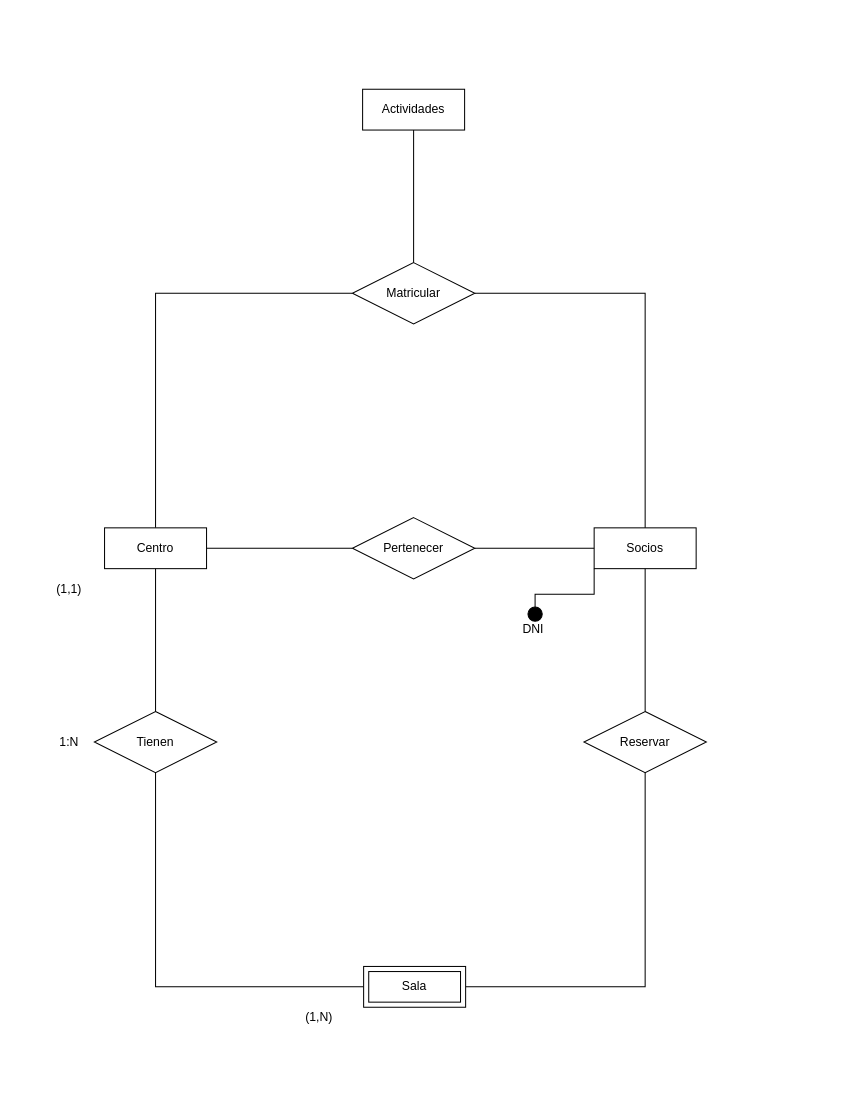
This is centro_de_ocio.drawio from AdrianGarciaParra/211013_pruebas, a draw.io file, before an edit. Source tidied: cells renumbered, new cells numbered last; positions are measured from the earlier drawing's top-left corner, leaving out a move shared by most shapes. Both pictures are drawn from the tidied source at 102%, with x=0, y=0 at pixel (48, 89).
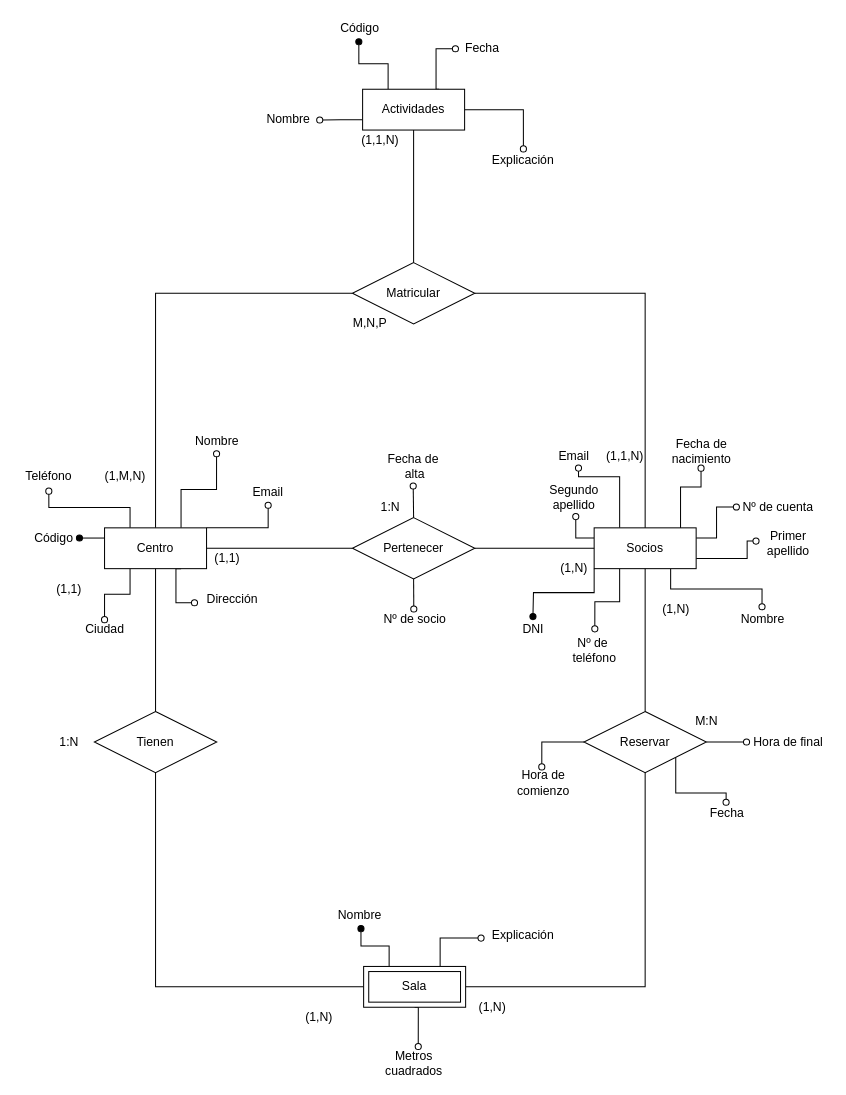
After the change.

The change refers to these unchanged cells:
```xml
<mxCell id="4" value="Centro" style="whiteSpace=wrap;html=1;align=center;" parent="1" vertex="1">
  <mxGeometry x="55" y="430" width="100" height="40" as="geometry" />
</mxCell>
<mxCell id="6" value="Socios" style="whiteSpace=wrap;html=1;align=center;direction=east;" parent="1" vertex="1">
  <mxGeometry x="535" y="430" width="100" height="40" as="geometry" />
</mxCell>
<mxCell id="8" value="Actividades" style="whiteSpace=wrap;html=1;align=center;" parent="1" vertex="1">
  <mxGeometry x="308" width="100" height="40" as="geometry" />
</mxCell>
<mxCell id="11" value="Sala" style="shape=ext;margin=3;double=1;whiteSpace=wrap;html=1;align=center;" parent="1" vertex="1">
  <mxGeometry x="309" y="860" width="100" height="40" as="geometry" />
</mxCell>
<mxCell id="17" value="Reservar" style="shape=rhombus;perimeter=rhombusPerimeter;whiteSpace=wrap;html=1;align=center;" parent="1" vertex="1">
  <mxGeometry x="525" y="610" width="120" height="60" as="geometry" />
</mxCell>
<mxCell id="19" value="Pertenecer&lt;br&gt;" style="shape=rhombus;perimeter=rhombusPerimeter;whiteSpace=wrap;html=1;align=center;" parent="1" vertex="1">
  <mxGeometry x="298" y="420" width="120" height="60" as="geometry" />
</mxCell>
<mxCell id="20" value="DNI" style="text;html=1;align=center;verticalAlign=middle;points=[];strokeColor=none;" parent="1" vertex="1">
  <mxGeometry x="455" y="520" width="40" height="20" as="geometry" />
</mxCell>
```

The edit, as a diff of the source:
```diff
@@
+    <mxCell id="24" style="edgeStyle=orthogonalEdgeStyle;rounded=0;jettySize=auto;html=1;exitX=0;exitY=0.25;exitDx=0;exitDy=0;entryX=1.009;entryY=0.511;entryDx=0;entryDy=0;entryPerimeter=0;startArrow=none;startFill=0;endArrow=oval;endFill=1;" parent="1" edge="1" source="4" target="62">
+      <mxGeometry relative="1" as="geometry" />
+    </mxCell>
+    <mxCell id="25" style="edgeStyle=orthogonalEdgeStyle;rounded=0;jettySize=auto;html=1;exitX=0.25;exitY=0;exitDx=0;exitDy=0;entryX=0.506;entryY=1.2;entryDx=0;entryDy=0;entryPerimeter=0;startArrow=none;startFill=0;endArrow=oval;endFill=0;" parent="1" edge="1" source="4" target="66">
+      <mxGeometry relative="1" as="geometry" />
+    </mxCell>
+    <mxCell id="26" style="edgeStyle=orthogonalEdgeStyle;rounded=0;jettySize=auto;html=1;exitX=0.75;exitY=0;exitDx=0;exitDy=0;startArrow=none;startFill=0;endArrow=oval;endFill=0;entryX=0.497;entryY=1.117;entryDx=0;entryDy=0;entryPerimeter=0;" parent="1" edge="1" source="4" target="63">
+      <mxGeometry relative="1" as="geometry" />
+    </mxCell>
+    <mxCell id="27" style="edgeStyle=orthogonalEdgeStyle;rounded=0;jettySize=auto;html=1;exitX=1;exitY=0;exitDx=0;exitDy=0;entryX=0.508;entryY=1.144;entryDx=0;entryDy=0;entryPerimeter=0;startArrow=none;startFill=0;endArrow=oval;endFill=0;" parent="1" edge="1" source="4" target="67">
+      <mxGeometry relative="1" as="geometry">
+        <Array as="points">
+          <mxPoint x="215" y="430" />
+        </Array>
+      </mxGeometry>
+    </mxCell>
+    <mxCell id="28" style="edgeStyle=orthogonalEdgeStyle;rounded=0;jettySize=auto;html=1;exitX=0.75;exitY=1;exitDx=0;exitDy=0;entryX=-0.026;entryY=0.672;entryDx=0;entryDy=0;entryPerimeter=0;startArrow=none;startFill=0;endArrow=oval;endFill=0;" parent="1" edge="1" source="4" target="64">
+      <mxGeometry relative="1" as="geometry">
+        <Array as="points">
+          <mxPoint x="125" y="470" />
+          <mxPoint x="125" y="503" />
+        </Array>
+      </mxGeometry>
+    </mxCell>
+    <mxCell id="29" style="edgeStyle=orthogonalEdgeStyle;rounded=0;jettySize=auto;html=1;exitX=0.25;exitY=1;exitDx=0;exitDy=0;entryX=0.5;entryY=0;entryDx=0;entryDy=0;entryPerimeter=0;startArrow=none;startFill=0;endArrow=oval;endFill=0;" parent="1" edge="1" source="4" target="65">
+      <mxGeometry relative="1" as="geometry" />
+    </mxCell>
@@
-    <mxCell id="5" style="rounded=0;jettySize=auto;html=1;exitX=0;exitY=1;exitDx=0;exitDy=0;entryX=0.553;entryY=0.128;entryDx=0;entryDy=0;entryPerimeter=0;startArrow=none;startFill=0;endArrow=circle;endFill=1;edgeStyle=orthogonalEdgeStyle;" parent="1" edge="1" source="6" target="20">
-      <mxGeometry relative="1" as="geometry" />
+    <mxCell id="5" style="rounded=0;jettySize=auto;html=1;exitX=0;exitY=1;exitDx=0;exitDy=0;startArrow=none;startFill=0;endArrow=oval;endFill=1;edgeStyle=orthogonalEdgeStyle;" parent="1" edge="1" source="6">
+      <mxGeometry relative="1" as="geometry">
+        <mxPoint x="475" y="517" as="targetPoint" />
+      </mxGeometry>
     </mxCell>
+    <mxCell id="30" style="edgeStyle=orthogonalEdgeStyle;rounded=0;jettySize=auto;html=1;exitX=0.25;exitY=1;exitDx=0;exitDy=0;entryX=0.511;entryY=-0.2;entryDx=0;entryDy=0;entryPerimeter=0;startArrow=none;startFill=0;endArrow=oval;endFill=0;" parent="1" edge="1" source="6" target="55">
+      <mxGeometry relative="1" as="geometry" />
+    </mxCell>
+    <mxCell id="31" style="edgeStyle=orthogonalEdgeStyle;rounded=0;jettySize=auto;html=1;exitX=0;exitY=0.25;exitDx=0;exitDy=0;entryX=0.533;entryY=1.133;entryDx=0;entryDy=0;entryPerimeter=0;startArrow=none;startFill=0;endArrow=oval;endFill=0;" parent="1" edge="1" source="6" target="53">
+      <mxGeometry relative="1" as="geometry" />
+    </mxCell>
+    <mxCell id="32" style="edgeStyle=orthogonalEdgeStyle;rounded=0;jettySize=auto;html=1;exitX=0.25;exitY=0;exitDx=0;exitDy=0;entryX=0.593;entryY=1.072;entryDx=0;entryDy=0;entryPerimeter=0;startArrow=none;startFill=0;endArrow=oval;endFill=0;" parent="1" edge="1" source="6" target="54">
+      <mxGeometry relative="1" as="geometry">
+        <Array as="points">
+          <mxPoint x="560" y="380" />
+          <mxPoint x="520" y="380" />
+        </Array>
+      </mxGeometry>
+    </mxCell>
+    <mxCell id="33" style="edgeStyle=orthogonalEdgeStyle;rounded=0;jettySize=auto;html=1;exitX=0.847;exitY=0.016;exitDx=0;exitDy=0;startArrow=none;startFill=0;endArrow=oval;endFill=0;exitPerimeter=0;entryX=0.497;entryY=1.049;entryDx=0;entryDy=0;entryPerimeter=0;" parent="1" edge="1" source="6" target="52">
+      <mxGeometry relative="1" as="geometry">
+        <Array as="points">
+          <mxPoint x="620" y="390" />
+          <mxPoint x="640" y="390" />
+        </Array>
+      </mxGeometry>
+    </mxCell>
+    <mxCell id="34" style="edgeStyle=orthogonalEdgeStyle;rounded=0;jettySize=auto;html=1;exitX=1;exitY=0.25;exitDx=0;exitDy=0;entryX=-0.007;entryY=0.477;entryDx=0;entryDy=0;entryPerimeter=0;startArrow=none;startFill=0;endArrow=oval;endFill=0;" parent="1" edge="1" source="6" target="51">
+      <mxGeometry relative="1" as="geometry" />
+    </mxCell>
+    <mxCell id="35" style="edgeStyle=orthogonalEdgeStyle;rounded=0;jettySize=auto;html=1;exitX=0.75;exitY=1;exitDx=0;exitDy=0;entryX=0.493;entryY=-0.134;entryDx=0;entryDy=0;entryPerimeter=0;startArrow=none;startFill=0;endArrow=oval;endFill=0;" parent="1" edge="1" source="6" target="49">
+      <mxGeometry relative="1" as="geometry" />
+    </mxCell>
+    <mxCell id="36" style="edgeStyle=orthogonalEdgeStyle;rounded=0;jettySize=auto;html=1;exitX=1;exitY=0.75;exitDx=0;exitDy=0;startArrow=none;startFill=0;endArrow=oval;endFill=0;entryX=-0.022;entryY=0.433;entryDx=0;entryDy=0;entryPerimeter=0;" parent="1" edge="1" source="6" target="50">
+      <mxGeometry relative="1" as="geometry">
+        <Array as="points">
+          <mxPoint x="685" y="460" />
+          <mxPoint x="685" y="443" />
+        </Array>
+      </mxGeometry>
+    </mxCell>
@@
+    <mxCell id="37" style="edgeStyle=orthogonalEdgeStyle;rounded=0;jettySize=auto;html=1;exitX=0.75;exitY=0;exitDx=0;exitDy=0;entryX=-0.02;entryY=0.517;entryDx=0;entryDy=0;entryPerimeter=0;startArrow=none;startFill=0;endArrow=oval;endFill=0;" parent="1" edge="1" source="8" target="69">
+      <mxGeometry relative="1" as="geometry">
+        <Array as="points">
+          <mxPoint x="380" />
+          <mxPoint x="380" y="-40" />
+        </Array>
+      </mxGeometry>
+    </mxCell>
+    <mxCell id="38" style="edgeStyle=orthogonalEdgeStyle;rounded=0;jettySize=auto;html=1;exitX=1;exitY=0.5;exitDx=0;exitDy=0;entryX=0.508;entryY=-0.076;entryDx=0;entryDy=0;entryPerimeter=0;startArrow=none;startFill=0;endArrow=oval;endFill=0;" parent="1" edge="1" source="8" target="71">
+      <mxGeometry relative="1" as="geometry" />
+    </mxCell>
+    <mxCell id="39" style="edgeStyle=orthogonalEdgeStyle;rounded=0;jettySize=auto;html=1;exitX=0;exitY=0.75;exitDx=0;exitDy=0;entryX=1.016;entryY=0.506;entryDx=0;entryDy=0;entryPerimeter=0;startArrow=none;startFill=0;endArrow=oval;endFill=0;" parent="1" edge="1" source="8" target="70">
+      <mxGeometry relative="1" as="geometry" />
+    </mxCell>
+    <mxCell id="40" style="edgeStyle=orthogonalEdgeStyle;rounded=0;jettySize=auto;html=1;exitX=0.25;exitY=0;exitDx=0;exitDy=0;entryX=0.486;entryY=1.172;entryDx=0;entryDy=0;entryPerimeter=0;startArrow=none;startFill=0;endArrow=oval;endFill=1;" parent="1" edge="1" source="8" target="68">
+      <mxGeometry relative="1" as="geometry" />
+    </mxCell>
@@
+    <mxCell id="41" style="edgeStyle=orthogonalEdgeStyle;rounded=0;jettySize=auto;html=1;exitX=0.25;exitY=0;exitDx=0;exitDy=0;entryX=0.523;entryY=1.148;entryDx=0;entryDy=0;entryPerimeter=0;startArrow=none;startFill=0;endArrow=oval;endFill=1;" parent="1" edge="1" source="11" target="56">
+      <mxGeometry relative="1" as="geometry" />
+    </mxCell>
+    <mxCell id="42" style="edgeStyle=orthogonalEdgeStyle;rounded=0;jettySize=auto;html=1;exitX=0.75;exitY=0;exitDx=0;exitDy=0;entryX=-0.011;entryY=0.61;entryDx=0;entryDy=0;entryPerimeter=0;startArrow=none;startFill=0;endArrow=oval;endFill=0;" parent="1" edge="1" source="11" target="58">
+      <mxGeometry relative="1" as="geometry" />
+    </mxCell>
+    <mxCell id="43" style="edgeStyle=orthogonalEdgeStyle;rounded=0;jettySize=auto;html=1;exitX=0.5;exitY=1;exitDx=0;exitDy=0;entryX=0.565;entryY=-0.051;entryDx=0;entryDy=0;entryPerimeter=0;startArrow=none;startFill=0;endArrow=oval;endFill=0;" parent="1" edge="1" source="11" target="57">
+      <mxGeometry relative="1" as="geometry" />
+    </mxCell>
@@
+    <mxCell id="44" style="edgeStyle=orthogonalEdgeStyle;rounded=0;jettySize=auto;html=1;exitX=0;exitY=0.5;exitDx=0;exitDy=0;entryX=0.481;entryY=-0.022;entryDx=0;entryDy=0;entryPerimeter=0;startArrow=none;startFill=0;endArrow=oval;endFill=0;" parent="1" edge="1" source="17" target="60">
+      <mxGeometry relative="1" as="geometry" />
+    </mxCell>
+    <mxCell id="45" style="edgeStyle=orthogonalEdgeStyle;rounded=0;jettySize=auto;html=1;exitX=1;exitY=0.5;exitDx=0;exitDy=0;entryX=-0.008;entryY=0.517;entryDx=0;entryDy=0;entryPerimeter=0;startArrow=none;startFill=0;endArrow=oval;endFill=0;" parent="1" edge="1" source="17" target="61">
+      <mxGeometry relative="1" as="geometry" />
+    </mxCell>
+    <mxCell id="46" style="edgeStyle=orthogonalEdgeStyle;rounded=0;jettySize=auto;html=1;exitX=1;exitY=1;exitDx=0;exitDy=0;entryX=0.487;entryY=-0.05;entryDx=0;entryDy=0;entryPerimeter=0;startArrow=none;startFill=0;endArrow=oval;endFill=0;" parent="1" edge="1" source="17" target="59">
+      <mxGeometry relative="1" as="geometry" />
+    </mxCell>
@@
+    <mxCell id="47" style="edgeStyle=orthogonalEdgeStyle;rounded=0;jettySize=auto;html=1;exitX=0.5;exitY=0;exitDx=0;exitDy=0;entryX=0.48;entryY=1.133;entryDx=0;entryDy=0;entryPerimeter=0;startArrow=none;startFill=0;endArrow=oval;endFill=0;" parent="1" edge="1" source="19" target="73">
+      <mxGeometry relative="1" as="geometry" />
+    </mxCell>
+    <mxCell id="48" style="edgeStyle=orthogonalEdgeStyle;rounded=0;jettySize=auto;html=1;exitX=0.5;exitY=1;exitDx=0;exitDy=0;entryX=0.49;entryY=-0.022;entryDx=0;entryDy=0;entryPerimeter=0;startArrow=none;startFill=0;endArrow=oval;endFill=0;" parent="1" edge="1" source="19" target="72">
+      <mxGeometry relative="1" as="geometry" />
+    </mxCell>
@@
+    <mxCell id="49" value="Nombre" style="text;html=1;align=center;verticalAlign=middle;points=[];strokeColor=none;" parent="1" vertex="1">
+      <mxGeometry x="670" y="510" width="60" height="20" as="geometry" />
+    </mxCell>
+    <mxCell id="50" value="Primer&lt;br&gt;apellido" style="text;html=1;align=center;verticalAlign=middle;points=[];strokeColor=none;" parent="1" vertex="1">
+      <mxGeometry x="695" y="430" width="60" height="30" as="geometry" />
+    </mxCell>
+    <mxCell id="51" value="Nº de cuenta" style="text;html=1;align=center;verticalAlign=middle;points=[];strokeColor=none;" parent="1" vertex="1">
+      <mxGeometry x="675" y="400" width="80" height="20" as="geometry" />
+    </mxCell>
+    <mxCell id="52" value="Fecha de&lt;br&gt;nacimiento" style="text;html=1;align=center;verticalAlign=middle;points=[];strokeColor=none;" parent="1" vertex="1">
+      <mxGeometry x="605" y="340" width="70" height="30" as="geometry" />
+    </mxCell>
+    <mxCell id="53" value="Segundo &lt;br&gt;apellido" style="text;html=1;align=center;verticalAlign=middle;points=[];strokeColor=none;" parent="1" vertex="1">
+      <mxGeometry x="485" y="385" width="60" height="30" as="geometry" />
+    </mxCell>
+    <mxCell id="54" value="Email" style="text;html=1;align=center;verticalAlign=middle;points=[];strokeColor=none;" parent="1" vertex="1">
+      <mxGeometry x="490" y="350" width="50" height="20" as="geometry" />
+    </mxCell>
+    <mxCell id="55" value="Nº de&amp;nbsp;&lt;br&gt;teléfono" style="text;html=1;align=center;verticalAlign=middle;points=[];strokeColor=none;" parent="1" vertex="1">
+      <mxGeometry x="505" y="535" width="60" height="30" as="geometry" />
+    </mxCell>
+    <mxCell id="56" value="Nombre" style="text;html=1;align=center;verticalAlign=middle;points=[];strokeColor=none;" parent="1" vertex="1">
+      <mxGeometry x="275" y="800" width="60" height="20" as="geometry" />
+    </mxCell>
+    <mxCell id="57" value="Metros&lt;br&gt;cuadrados" style="text;html=1;align=center;verticalAlign=middle;points=[];strokeColor=none;" parent="1" vertex="1">
+      <mxGeometry x="323" y="940" width="70" height="30" as="geometry" />
+    </mxCell>
+    <mxCell id="58" value="Explicación" style="text;html=1;align=center;verticalAlign=middle;points=[];strokeColor=none;" parent="1" vertex="1">
+      <mxGeometry x="425" y="820" width="80" height="20" as="geometry" />
+    </mxCell>
+    <mxCell id="59" value="Fecha" style="text;html=1;align=center;verticalAlign=middle;points=[];strokeColor=none;" parent="1" vertex="1">
+      <mxGeometry x="640" y="700" width="50" height="20" as="geometry" />
+    </mxCell>
+    <mxCell id="60" value="Hora de&lt;br&gt;comienzo" style="text;html=1;align=center;verticalAlign=middle;points=[];strokeColor=none;" parent="1" vertex="1">
+      <mxGeometry x="450" y="665" width="70" height="30" as="geometry" />
+    </mxCell>
+    <mxCell id="61" value="Hora de final" style="text;html=1;align=center;verticalAlign=middle;points=[];strokeColor=none;" parent="1" vertex="1">
+      <mxGeometry x="685" y="630" width="80" height="20" as="geometry" />
+    </mxCell>
+    <mxCell id="62" value="Código" style="text;html=1;align=center;verticalAlign=middle;points=[];strokeColor=none;" parent="1" vertex="1">
+      <mxGeometry x="-20" y="430" width="50" height="20" as="geometry" />
+    </mxCell>
+    <mxCell id="63" value="Nombre" style="text;html=1;align=center;verticalAlign=middle;points=[];strokeColor=none;" parent="1" vertex="1">
+      <mxGeometry x="135" y="335" width="60" height="20" as="geometry" />
+    </mxCell>
+    <mxCell id="64" value="Dirección" style="text;html=1;align=center;verticalAlign=middle;points=[];strokeColor=none;" parent="1" vertex="1">
+      <mxGeometry x="145" y="490" width="70" height="20" as="geometry" />
+    </mxCell>
+    <mxCell id="65" value="Ciudad" style="text;html=1;align=center;verticalAlign=middle;points=[];strokeColor=none;" parent="1" vertex="1">
+      <mxGeometry x="30" y="520" width="50" height="20" as="geometry" />
+    </mxCell>
+    <mxCell id="66" value="Teléfono" style="text;html=1;align=center;verticalAlign=middle;points=[];strokeColor=none;" parent="1" vertex="1">
+      <mxGeometry x="-30" y="370" width="60" height="20" as="geometry" />
+    </mxCell>
+    <mxCell id="67" value="Email" style="text;html=1;align=center;verticalAlign=middle;points=[];strokeColor=none;" parent="1" vertex="1">
+      <mxGeometry x="190" y="385" width="50" height="20" as="geometry" />
+    </mxCell>
+    <mxCell id="68" value="Código" style="text;html=1;align=center;verticalAlign=middle;points=[];strokeColor=none;" parent="1" vertex="1">
+      <mxGeometry x="280" y="-70" width="50" height="20" as="geometry" />
+    </mxCell>
+    <mxCell id="69" value="Fecha" style="text;html=1;align=center;verticalAlign=middle;points=[];strokeColor=none;" parent="1" vertex="1">
+      <mxGeometry x="400" y="-50" width="50" height="20" as="geometry" />
+    </mxCell>
+    <mxCell id="70" value="Nombre" style="text;html=1;align=center;verticalAlign=middle;points=[];strokeColor=none;" parent="1" vertex="1">
+      <mxGeometry x="205" y="20" width="60" height="20" as="geometry" />
+    </mxCell>
+    <mxCell id="71" value="Explicación" style="text;html=1;align=center;verticalAlign=middle;points=[];strokeColor=none;" parent="1" vertex="1">
+      <mxGeometry x="425" y="60" width="80" height="20" as="geometry" />
+    </mxCell>
+    <mxCell id="72" value="Nº de socio" style="text;html=1;align=center;verticalAlign=middle;points=[];strokeColor=none;" parent="1" vertex="1">
+      <mxGeometry x="319" y="510" width="80" height="20" as="geometry" />
+    </mxCell>
+    <mxCell id="73" value="Fecha de&amp;nbsp;&lt;br&gt;alta" style="text;html=1;align=center;verticalAlign=middle;points=[];strokeColor=none;" parent="1" vertex="1">
+      <mxGeometry x="324" y="355" width="70" height="30" as="geometry" />
+    </mxCell>
+    <mxCell id="74" value="(1,N)" style="text;html=1;align=center;verticalAlign=middle;strokeColor=none;" parent="1" vertex="1">
+      <mxGeometry x="415" y="890" width="40" height="20" as="geometry" />
+    </mxCell>
+    <mxCell id="75" value="(1,N)" style="text;html=1;align=center;verticalAlign=middle;strokeColor=none;" parent="1" vertex="1">
+      <mxGeometry x="595" y="500" width="40" height="20" as="geometry" />
+    </mxCell>
+    <mxCell id="76" value="M:N" style="text;html=1;align=center;verticalAlign=middle;strokeColor=none;" parent="1" vertex="1">
+      <mxGeometry x="625" y="610" width="40" height="20" as="geometry" />
+    </mxCell>
+    <mxCell id="77" value="(1,1)" style="text;html=1;align=center;verticalAlign=middle;strokeColor=none;" parent="1" vertex="1">
+      <mxGeometry x="155" y="450" width="40" height="20" as="geometry" />
+    </mxCell>
+    <mxCell id="78" value="(1,N)" style="text;html=1;align=center;verticalAlign=middle;strokeColor=none;" parent="1" vertex="1">
+      <mxGeometry x="495" y="460" width="40" height="20" as="geometry" />
+    </mxCell>
+    <mxCell id="79" value="1:N" style="text;html=1;align=center;verticalAlign=middle;strokeColor=none;" parent="1" vertex="1">
+      <mxGeometry x="320" y="400" width="30" height="20" as="geometry" />
+    </mxCell>
+    <mxCell id="80" value="(1,M,N)" style="text;html=1;align=center;verticalAlign=middle;strokeColor=none;" parent="1" vertex="1">
+      <mxGeometry x="45" y="370" width="60" height="20" as="geometry" />
+    </mxCell>
+    <mxCell id="81" value="(1,1,N)" style="text;html=1;align=center;verticalAlign=middle;strokeColor=none;" parent="1" vertex="1">
+      <mxGeometry x="300" y="40" width="50" height="20" as="geometry" />
+    </mxCell>
+    <mxCell id="82" value="(1,1,N)" style="text;html=1;align=center;verticalAlign=middle;strokeColor=none;" parent="1" vertex="1">
+      <mxGeometry x="540" y="350" width="50" height="20" as="geometry" />
+    </mxCell>
+    <mxCell id="83" value="M,N,P" style="text;html=1;align=center;verticalAlign=middle;strokeColor=none;" parent="1" vertex="1">
+      <mxGeometry x="290" y="220" width="50" height="20" as="geometry" />
+    </mxCell>
```
